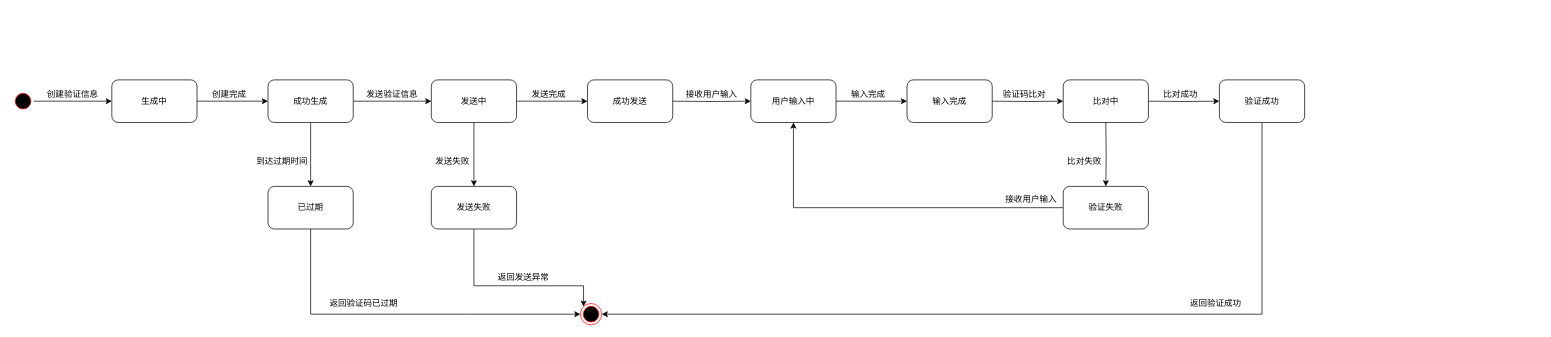
This is User状态图.drawio from PomeloLemon/SoftwareDiagrams, a draw.io file, before an edit. Source tidied: cells renumbered, new cells numbered last; positions are measured from the earlier drawing's top-left corner, leaving out a move shared by most shapes. Both pictures are drawn from the tidied source at 71%, with x=0, y=0 at pixel (12, 80).
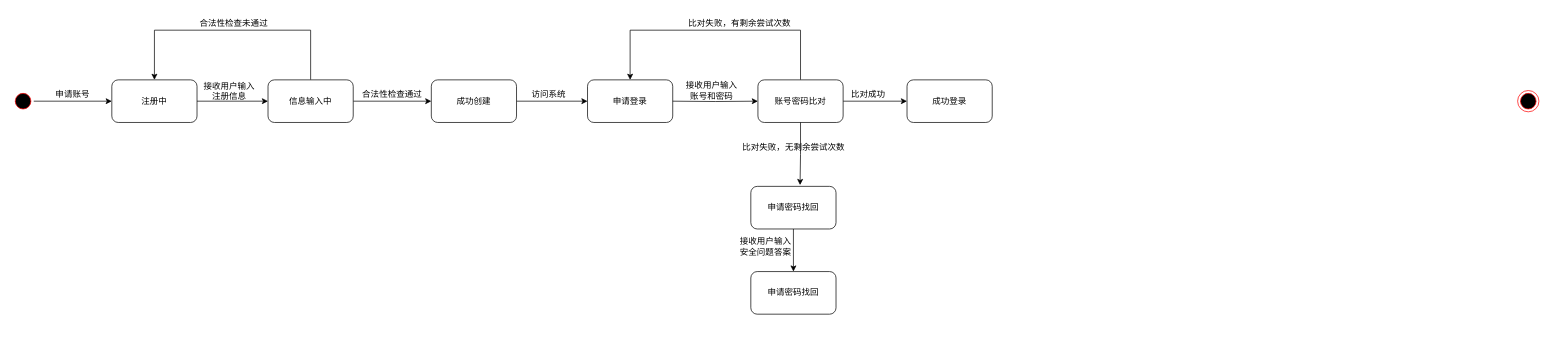
The same page after the edit.

Commit message (it also covers changes not shown here):
更新User状态图.drawio

What changed in the source:
```diff
@@
-    <mxCell id="3" value="生成中" style="rounded=1;whiteSpace=wrap;html=1;" parent="1" vertex="1">
+    <mxCell id="3" value="注册中" style="rounded=1;whiteSpace=wrap;html=1;" parent="1" vertex="1">
       <mxGeometry x="140" width="120" height="60" as="geometry" />
     </mxCell>
@@
-    <mxCell id="6" value="创建验证信息" style="text;html=1;strokeColor=none;fillColor=none;align=center;verticalAlign=middle;whiteSpace=wrap;rounded=0;" parent="1" vertex="1">
+    <mxCell id="6" value="申请账号" style="text;html=1;strokeColor=none;fillColor=none;align=center;verticalAlign=middle;whiteSpace=wrap;rounded=0;" parent="1" vertex="1">
       <mxGeometry x="20" y="5" width="130" height="30" as="geometry" />
     </mxCell>
@@
-    <mxCell id="8" style="edgeStyle=orthogonalEdgeStyle;rounded=0;jettySize=auto;html=1;" parent="1" edge="1" source="9" target="27">
-      <mxGeometry relative="1" as="geometry" />
-    </mxCell>
+    <mxCell id="45" style="edgeStyle=orthogonalEdgeStyle;rounded=0;jettySize=auto;html=1;exitX=0.5;exitY=0;exitDx=0;exitDy=0;entryX=0.5;entryY=0;entryDx=0;entryDy=0;" parent="1" edge="1" source="9" target="3">
+      <mxGeometry relative="1" as="geometry">
+        <Array as="points">
+          <mxPoint x="420" y="-70" />
+          <mxPoint x="200" y="-70" />
+        </Array>
+      </mxGeometry>
+    </mxCell>
-    <mxCell id="9" value="成功生成" style="rounded=1;whiteSpace=wrap;html=1;" parent="1" vertex="1">
+    <mxCell id="9" value="信息输入中" style="rounded=1;whiteSpace=wrap;html=1;" parent="1" vertex="1">
       <mxGeometry x="360" width="120" height="60" as="geometry" />
     </mxCell>
-    <mxCell id="10" value="创建完成" style="text;html=1;align=center;verticalAlign=middle;strokeColor=none;fillColor=none;" parent="1" vertex="1">
-      <mxGeometry x="270" y="5" width="70" height="30" as="geometry" />
+    <mxCell id="10" value="接收用户输入&lt;br&gt;注册信息" style="text;html=1;align=center;verticalAlign=middle;strokeColor=none;fillColor=none;" parent="1" vertex="1">
+      <mxGeometry x="255" y="-4" width="100" height="40" as="geometry" />
     </mxCell>
@@
-    <mxCell id="12" style="edgeStyle=orthogonalEdgeStyle;rounded=0;jettySize=auto;html=1;entryX=0.5;entryY=0;entryDx=0;entryDy=0;" parent="1" edge="1" source="13" target="30">
-      <mxGeometry relative="1" as="geometry" />
-    </mxCell>
-    <mxCell id="13" value="发送中" style="rounded=1;whiteSpace=wrap;html=1;" parent="1" vertex="1">
+    <mxCell id="13" value="成功创建" style="rounded=1;whiteSpace=wrap;html=1;" parent="1" vertex="1">
       <mxGeometry x="590" width="120" height="60" as="geometry" />
     </mxCell>
-    <mxCell id="14" value="成功发送" style="rounded=1;whiteSpace=wrap;html=1;" parent="1" vertex="1">
+    <mxCell id="14" value="申请登录" style="rounded=1;whiteSpace=wrap;html=1;" parent="1" vertex="1">
       <mxGeometry x="810" width="120" height="60" as="geometry" />
     </mxCell>
-    <mxCell id="15" value="发送完成" style="text;html=1;align=center;verticalAlign=middle;strokeColor=none;fillColor=none;" parent="1" vertex="1">
+    <mxCell id="15" value="访问系统" style="text;html=1;align=center;verticalAlign=middle;strokeColor=none;fillColor=none;" parent="1" vertex="1">
       <mxGeometry x="720" y="5" width="70" height="30" as="geometry" />
     </mxCell>
-    <mxCell id="16" value="发送验证信息" style="text;html=1;strokeColor=none;fillColor=none;align=center;verticalAlign=middle;whiteSpace=wrap;rounded=0;" parent="1" vertex="1">
+    <mxCell id="16" value="合法性检查通过" style="text;html=1;strokeColor=none;fillColor=none;align=center;verticalAlign=middle;whiteSpace=wrap;rounded=0;" parent="1" vertex="1">
       <mxGeometry x="470" y="5" width="130" height="30" as="geometry" />
     </mxCell>
@@
+    <mxCell id="46" style="edgeStyle=orthogonalEdgeStyle;rounded=0;jettySize=auto;html=1;entryX=0.5;entryY=0;entryDx=0;entryDy=0;" parent="1" edge="1" source="19" target="14">
+      <mxGeometry relative="1" as="geometry">
+        <Array as="points">
+          <mxPoint x="1110" y="-70" />
+          <mxPoint x="870" y="-70" />
+        </Array>
+      </mxGeometry>
+    </mxCell>
-    <mxCell id="19" value="用户输入中" style="rounded=1;whiteSpace=wrap;html=1;" parent="1" vertex="1">
-      <mxGeometry x="1040" width="120" height="60" as="geometry" />
+    <mxCell id="19" value="账号密码比对" style="rounded=1;whiteSpace=wrap;html=1;" parent="1" vertex="1">
+      <mxGeometry x="1050" width="120" height="60" as="geometry" />
     </mxCell>
-    <mxCell id="20" value="输入完成" style="rounded=1;whiteSpace=wrap;html=1;" parent="1" vertex="1">
+    <mxCell id="20" value="成功登录" style="rounded=1;whiteSpace=wrap;html=1;" parent="1" vertex="1">
       <mxGeometry x="1260" width="120" height="60" as="geometry" />
     </mxCell>
-    <mxCell id="21" value="输入完成" style="text;html=1;align=center;verticalAlign=middle;strokeColor=none;fillColor=none;" parent="1" vertex="1">
+    <mxCell id="21" value="比对成功" style="text;html=1;align=center;verticalAlign=middle;strokeColor=none;fillColor=none;" parent="1" vertex="1">
       <mxGeometry x="1170" y="5" width="70" height="30" as="geometry" />
     </mxCell>
-    <mxCell id="22" value="接收用户输入" style="text;html=1;strokeColor=none;fillColor=none;align=center;verticalAlign=middle;whiteSpace=wrap;rounded=0;" parent="1" vertex="1">
-      <mxGeometry x="920" y="5" width="130" height="30" as="geometry" />
+    <mxCell id="22" value="接收用户输入&lt;br&gt;账号和密码" style="text;html=1;strokeColor=none;fillColor=none;align=center;verticalAlign=middle;whiteSpace=wrap;rounded=0;" parent="1" vertex="1">
+      <mxGeometry x="920" width="130" height="30" as="geometry" />
     </mxCell>
-    <mxCell id="23" style="edgeStyle=orthogonalEdgeStyle;rounded=0;jettySize=auto;html=1;entryX=0;entryY=0.5;entryDx=0;entryDy=0;" parent="1" edge="1" target="24">
-      <mxGeometry relative="1" as="geometry">
-        <mxPoint x="1380" y="30" as="sourcePoint" />
-      </mxGeometry>
-    </mxCell>
-    <mxCell id="24" value="比对中" style="rounded=1;whiteSpace=wrap;html=1;" parent="1" vertex="1">
-      <mxGeometry x="1480" width="120" height="60" as="geometry" />
-    </mxCell>
-    <mxCell id="25" value="验证码比对" style="text;html=1;align=center;verticalAlign=middle;strokeColor=none;fillColor=none;" parent="1" vertex="1">
-      <mxGeometry x="1385" y="5" width="80" height="30" as="geometry" />
-    </mxCell>
-    <mxCell id="26" style="edgeStyle=orthogonalEdgeStyle;rounded=0;jettySize=auto;html=1;entryX=0;entryY=0.5;entryDx=0;entryDy=0;" parent="1" edge="1" source="27" target="32">
-      <mxGeometry relative="1" as="geometry">
-        <Array as="points">
-          <mxPoint x="420" y="330" />
-          <mxPoint x="640" y="330" />
-        </Array>
-      </mxGeometry>
-    </mxCell>
-    <mxCell id="27" value="已过期" style="rounded=1;whiteSpace=wrap;html=1;" parent="1" vertex="1">
-      <mxGeometry x="360" y="150" width="120" height="60" as="geometry" />
-    </mxCell>
-    <mxCell id="28" value="到达过期时间" style="text;html=1;strokeColor=none;fillColor=none;align=center;verticalAlign=middle;whiteSpace=wrap;rounded=0;" parent="1" vertex="1">
-      <mxGeometry x="340" y="100" width="80" height="30" as="geometry" />
-    </mxCell>
-    <mxCell id="29" style="edgeStyle=orthogonalEdgeStyle;rounded=0;jettySize=auto;html=1;entryX=0;entryY=0;entryDx=0;entryDy=0;" parent="1" edge="1" source="30" target="32">
-      <mxGeometry relative="1" as="geometry">
-        <Array as="points">
-          <mxPoint x="650" y="290" />
-          <mxPoint x="804" y="290" />
-        </Array>
-      </mxGeometry>
-    </mxCell>
-    <mxCell id="30" value="发送失败" style="rounded=1;whiteSpace=wrap;html=1;" parent="1" vertex="1">
-      <mxGeometry x="590" y="150" width="120" height="60" as="geometry" />
-    </mxCell>
-    <mxCell id="31" value="发送失败" style="text;html=1;strokeColor=none;fillColor=none;align=center;verticalAlign=middle;whiteSpace=wrap;rounded=0;" parent="1" vertex="1">
-      <mxGeometry x="590" y="100" width="60" height="30" as="geometry" />
-    </mxCell>
     <mxCell id="32" style="ellipse;html=1;shape=endState;fillColor=#000000;strokeColor=#ff0000;" parent="1" vertex="1">
-      <mxGeometry x="800" y="315" width="30" height="30" as="geometry" />
+      <mxGeometry x="2120" y="15" width="30" height="30" as="geometry" />
     </mxCell>
-    <mxCell id="33" value="返回验证码已过期" style="text;html=1;strokeColor=none;fillColor=none;align=center;verticalAlign=middle;whiteSpace=wrap;rounded=0;" parent="1" vertex="1">
-      <mxGeometry x="430" y="300" width="130" height="30" as="geometry" />
-    </mxCell>
-    <mxCell id="34" value="返回发送异常" style="text;html=1;strokeColor=none;fillColor=none;align=center;verticalAlign=middle;whiteSpace=wrap;rounded=0;" parent="1" vertex="1">
-      <mxGeometry x="670" y="263" width="100" height="30" as="geometry" />
-    </mxCell>
-    <mxCell id="35" style="edgeStyle=orthogonalEdgeStyle;rounded=0;jettySize=auto;html=1;entryX=0;entryY=0.5;entryDx=0;entryDy=0;" parent="1" edge="1" target="37">
-      <mxGeometry relative="1" as="geometry">
-        <mxPoint x="1600" y="30" as="sourcePoint" />
-      </mxGeometry>
-    </mxCell>
-    <mxCell id="36" style="edgeStyle=orthogonalEdgeStyle;rounded=0;jettySize=auto;html=1;entryX=1;entryY=0.5;entryDx=0;entryDy=0;" parent="1" edge="1" source="37" target="32">
-      <mxGeometry relative="1" as="geometry">
-        <Array as="points">
-          <mxPoint x="1760" y="330" />
-        </Array>
-      </mxGeometry>
-    </mxCell>
-    <mxCell id="37" value="验证成功" style="rounded=1;whiteSpace=wrap;html=1;" parent="1" vertex="1">
-      <mxGeometry x="1700" width="120" height="60" as="geometry" />
-    </mxCell>
-    <mxCell id="38" value="比对成功" style="text;html=1;align=center;verticalAlign=middle;strokeColor=none;fillColor=none;" parent="1" vertex="1">
-      <mxGeometry x="1610" y="5" width="70" height="30" as="geometry" />
-    </mxCell>
-    <mxCell id="39" value="返回验证成功" style="text;html=1;strokeColor=none;fillColor=none;align=center;verticalAlign=middle;whiteSpace=wrap;rounded=0;" parent="1" vertex="1">
-      <mxGeometry x="1620" y="300" width="150" height="30" as="geometry" />
-    </mxCell>
-    <mxCell id="40" style="edgeStyle=orthogonalEdgeStyle;rounded=0;jettySize=auto;html=1;entryX=0.5;entryY=0;entryDx=0;entryDy=0;" parent="1" edge="1" target="42">
-      <mxGeometry relative="1" as="geometry">
-        <mxPoint x="1540" y="60" as="sourcePoint" />
-      </mxGeometry>
-    </mxCell>
-    <mxCell id="41" style="edgeStyle=orthogonalEdgeStyle;rounded=0;jettySize=auto;html=1;entryX=0.5;entryY=1;entryDx=0;entryDy=0;" parent="1" edge="1" source="42" target="19">
-      <mxGeometry relative="1" as="geometry" />
-    </mxCell>
-    <mxCell id="42" value="验证失败" style="rounded=1;whiteSpace=wrap;html=1;" parent="1" vertex="1">
-      <mxGeometry x="1480" y="150" width="120" height="60" as="geometry" />
-    </mxCell>
-    <mxCell id="43" value="比对失败" style="text;html=1;strokeColor=none;fillColor=none;align=center;verticalAlign=middle;whiteSpace=wrap;rounded=0;" parent="1" vertex="1">
-      <mxGeometry x="1480" y="100" width="60" height="30" as="geometry" />
-    </mxCell>
-    <mxCell id="44" value="接收用户输入" style="text;html=1;strokeColor=none;fillColor=none;align=center;verticalAlign=middle;whiteSpace=wrap;rounded=0;" parent="1" vertex="1">
-      <mxGeometry x="1370" y="154" width="130" height="30" as="geometry" />
-    </mxCell>
+    <mxCell id="47" value="合法性检查未通过" style="text;html=1;strokeColor=none;fillColor=none;align=center;verticalAlign=middle;whiteSpace=wrap;rounded=0;" parent="1" vertex="1">
+      <mxGeometry x="237" y="-95" width="150" height="30" as="geometry" />
+    </mxCell>
+    <mxCell id="48" value="比对失败，无剩余尝试次数" style="text;html=1;strokeColor=none;fillColor=none;align=center;verticalAlign=middle;whiteSpace=wrap;rounded=0;" parent="1" vertex="1">
+      <mxGeometry x="1015.5" y="80" width="169" height="30" as="geometry" />
+    </mxCell>
+    <mxCell id="49" value="比对失败，有剩余尝试次数" style="text;html=1;strokeColor=none;fillColor=none;align=center;verticalAlign=middle;whiteSpace=wrap;rounded=0;" parent="1" vertex="1">
+      <mxGeometry x="940" y="-95" width="169" height="30" as="geometry" />
+    </mxCell>
+    <mxCell id="50" style="edgeStyle=orthogonalEdgeStyle;rounded=0;jettySize=auto;html=1;" parent="1" edge="1" source="51" target="53">
+      <mxGeometry relative="1" as="geometry" />
+    </mxCell>
+    <mxCell id="51" value="申请密码找回" style="rounded=1;whiteSpace=wrap;html=1;" parent="1" vertex="1">
+      <mxGeometry x="1040" y="150" width="120" height="60" as="geometry" />
+    </mxCell>
+    <mxCell id="52" style="edgeStyle=orthogonalEdgeStyle;rounded=0;jettySize=auto;html=1;entryX=0.578;entryY=-0.031;entryDx=0;entryDy=0;entryPerimeter=0;" parent="1" edge="1" source="19" target="51">
+      <mxGeometry relative="1" as="geometry" />
+    </mxCell>
+    <mxCell id="53" value="申请密码找回" style="rounded=1;whiteSpace=wrap;html=1;" parent="1" vertex="1">
+      <mxGeometry x="1040" y="270" width="120" height="60" as="geometry" />
+    </mxCell>
+    <mxCell id="54" value="接收用户输入&lt;br&gt;安全问题答案" style="text;html=1;strokeColor=none;fillColor=none;align=center;verticalAlign=middle;whiteSpace=wrap;rounded=0;" parent="1" vertex="1">
+      <mxGeometry x="1015.5" y="220" width="90" height="30" as="geometry" />
+    </mxCell>
```
